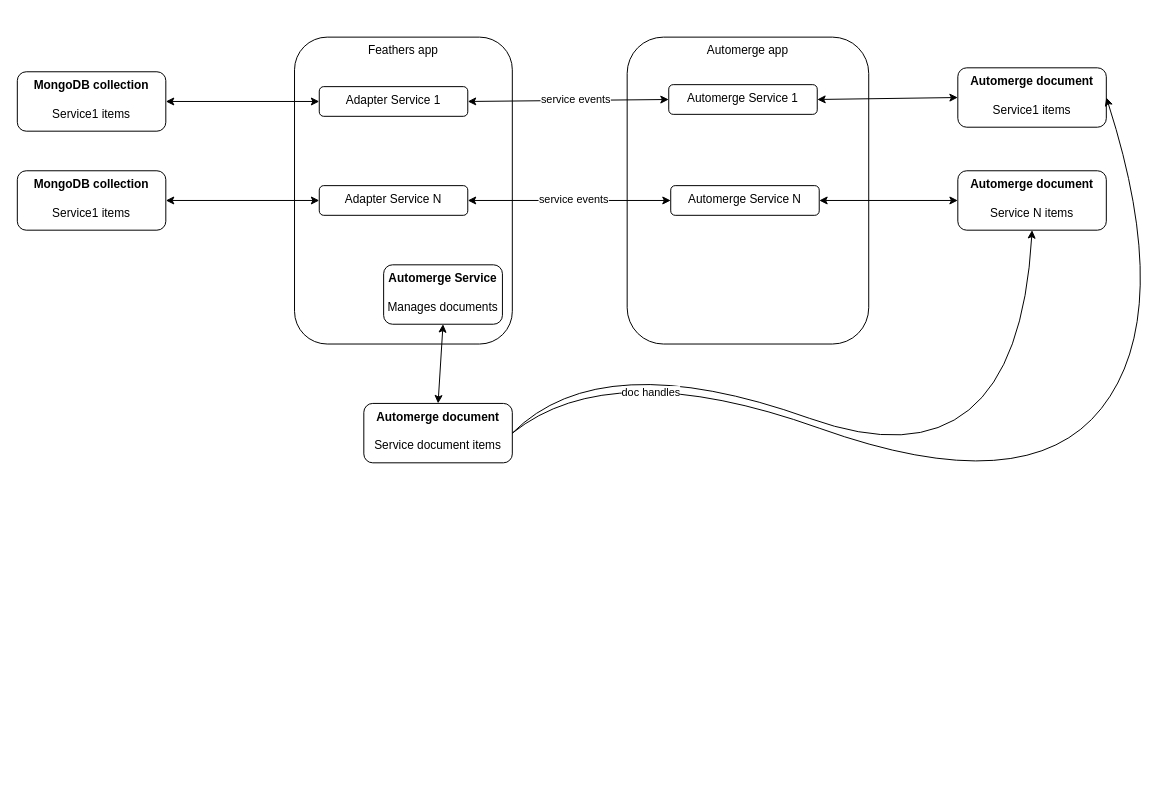
Before: page "Sync server architecture" (1 of 4) of diagram.drawio in kalisio/offline-sync, a draw.io diagram. Source tidied: cells renumbered, new cells numbered last; positions are measured from the earlier drawing's top-left corner, leaving out a move shared by most shapes. Both pictures are drawn from the tidied source at 99%, with x=0, y=0 at pixel (17, 37).
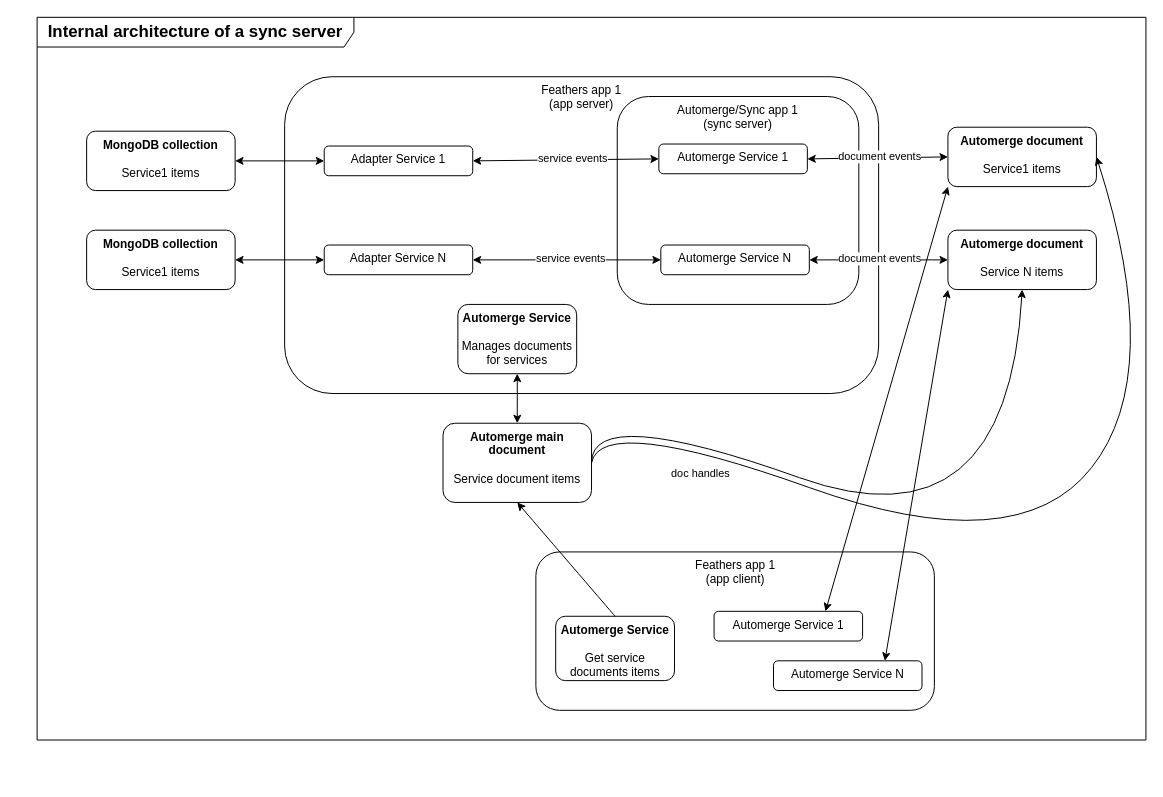
Above is the later version.

Commit message:
chore: improved diagrams

The change refers to these unchanged cells:
```xml
<mxCell id="11" style="endArrow=classic;startArrow=classic;html=1;rounded=0;entryX=1;entryY=0.5;entryDx=0;entryDy=0;exitX=0;exitY=0.5;exitDx=0;exitDy=0;" parent="1" edge="1" source="6" target="9">
  <mxGeometry relative="1" as="geometry" />
</mxCell>
<mxCell id="12" style="endArrow=classic;startArrow=classic;html=1;rounded=0;entryX=1;entryY=0.5;entryDx=0;entryDy=0;exitX=0;exitY=0.5;exitDx=0;exitDy=0;" parent="1" edge="1" source="7" target="10">
  <mxGeometry relative="1" as="geometry" />
</mxCell>
```

What changed in the source:
```diff
@@
-    <mxCell id="2" value="Feathers app" style="rounded=1;whiteSpace=wrap;html=1;verticalAlign=top;" parent="1" vertex="1">
-      <mxGeometry x="280" width="220" height="310" as="geometry" />
+    <mxCell id="2" value="Feathers app 1&lt;div&gt;(app server)&lt;/div&gt;" style="rounded=1;whiteSpace=wrap;html=1;verticalAlign=top;" parent="1" vertex="1">
+      <mxGeometry x="270" y="40" width="600" height="320" as="geometry" />
     </mxCell>
-    <mxCell id="3" value="&lt;b&gt;Automerge Service&lt;/b&gt;&lt;div&gt;&lt;br&gt;&lt;/div&gt;&lt;div&gt;Manages documents&lt;/div&gt;" style="rounded=1;whiteSpace=wrap;html=1;verticalAlign=top;" parent="1" vertex="1">
-      <mxGeometry x="370" y="230" width="120" height="60" as="geometry" />
+    <mxCell id="3" value="&lt;b&gt;Automerge Service&lt;/b&gt;&lt;div&gt;&lt;br&gt;&lt;/div&gt;&lt;div&gt;Manages documents&lt;/div&gt;&lt;div&gt;for services&lt;/div&gt;" style="rounded=1;whiteSpace=wrap;html=1;verticalAlign=top;" parent="1" vertex="1">
+      <mxGeometry x="445" y="270" width="120" height="70" as="geometry" />
     </mxCell>
-    <mxCell id="4" value="Automerge app" style="rounded=1;whiteSpace=wrap;html=1;verticalAlign=top;" parent="1" vertex="1">
-      <mxGeometry x="616" width="244" height="310" as="geometry" />
+    <mxCell id="4" value="Automerge/Sync app 1&lt;div&gt;(sync server)&lt;/div&gt;" style="rounded=1;whiteSpace=wrap;html=1;verticalAlign=top;" parent="1" vertex="1">
+      <mxGeometry x="606" y="60" width="244" height="210" as="geometry" />
     </mxCell>
-    <mxCell id="5" value="&lt;b&gt;Automerge document&lt;/b&gt;&lt;div&gt;&lt;br&gt;&lt;/div&gt;&lt;div&gt;Service document items&lt;/div&gt;" style="rounded=1;whiteSpace=wrap;html=1;verticalAlign=top;" parent="1" vertex="1">
-      <mxGeometry x="350" y="370" width="150" height="60" as="geometry" />
+    <mxCell id="5" value="&lt;b&gt;Automerge main document&lt;/b&gt;&lt;div&gt;&lt;br&gt;&lt;/div&gt;&lt;div&gt;Service document items&lt;/div&gt;" style="rounded=1;whiteSpace=wrap;html=1;verticalAlign=top;" parent="1" vertex="1">
+      <mxGeometry x="430" y="390" width="150" height="80" as="geometry" />
     </mxCell>
     <mxCell id="6" value="&lt;b&gt;Automerge document&lt;/b&gt;&lt;div&gt;&lt;br&gt;&lt;/div&gt;&lt;div&gt;Service1 items&lt;/div&gt;" style="rounded=1;whiteSpace=wrap;html=1;verticalAlign=top;" parent="1" vertex="1">
-      <mxGeometry x="950" y="31" width="150" height="60" as="geometry" />
+      <mxGeometry x="940" y="91" width="150" height="60" as="geometry" />
     </mxCell>
     <mxCell id="7" value="&lt;b&gt;Automerge document&lt;/b&gt;&lt;div&gt;&lt;br&gt;&lt;/div&gt;&lt;div&gt;Service N items&lt;/div&gt;" style="rounded=1;whiteSpace=wrap;html=1;verticalAlign=top;" parent="1" vertex="1">
-      <mxGeometry x="950" y="135" width="150" height="60" as="geometry" />
+      <mxGeometry x="940" y="195" width="150" height="60" as="geometry" />
     </mxCell>
@@
     <mxCell id="9" value="Automerge Service 1" style="rounded=1;whiteSpace=wrap;html=1;verticalAlign=top;" parent="1" vertex="1">
-      <mxGeometry x="658" y="48" width="150" height="30" as="geometry" />
+      <mxGeometry x="648" y="108" width="150" height="30" as="geometry" />
     </mxCell>
     <mxCell id="10" value="Automerge Service N" style="rounded=1;whiteSpace=wrap;html=1;verticalAlign=top;" parent="1" vertex="1">
-      <mxGeometry x="660" y="150" width="150" height="30" as="geometry" />
+      <mxGeometry x="650" y="210" width="150" height="30" as="geometry" />
     </mxCell>
@@
+    <mxCell id="26" value="document events" style="edgeLabel;html=1;align=center;verticalAlign=middle;" parent="11" vertex="1">
+      <mxGeometry x="-0.31" y="1" relative="1" as="geometry">
+        <mxPoint x="-21" y="-2" as="offset" />
+      </mxGeometry>
+    </mxCell>
@@
+    <mxCell id="27" value="document events" style="edgeLabel;html=1;align=center;verticalAlign=middle;" parent="12" vertex="1">
+      <mxGeometry x="-0.27" y="-4" relative="1" as="geometry">
+        <mxPoint x="-19" y="2" as="offset" />
+      </mxGeometry>
+    </mxCell>
     <mxCell id="13" value="Adapter Service 1" style="rounded=1;whiteSpace=wrap;html=1;verticalAlign=top;" parent="1" vertex="1">
-      <mxGeometry x="305" y="50" width="150" height="30" as="geometry" />
+      <mxGeometry x="310" y="110" width="150" height="30" as="geometry" />
     </mxCell>
     <mxCell id="14" value="Adapter Service N" style="rounded=1;whiteSpace=wrap;html=1;verticalAlign=top;" parent="1" vertex="1">
-      <mxGeometry x="305" y="150" width="150" height="30" as="geometry" />
+      <mxGeometry x="310" y="210" width="150" height="30" as="geometry" />
     </mxCell>
@@
     <mxCell id="19" value="&lt;b&gt;MongoDB collection&lt;/b&gt;&lt;div&gt;&lt;br&gt;&lt;/div&gt;&lt;div&gt;Service1 items&lt;/div&gt;" style="rounded=1;whiteSpace=wrap;html=1;verticalAlign=top;" parent="1" vertex="1">
-      <mxGeometry y="35" width="150" height="60" as="geometry" />
+      <mxGeometry x="70" y="95" width="150" height="60" as="geometry" />
     </mxCell>
     <mxCell id="20" value="&lt;b&gt;MongoDB collection&lt;/b&gt;&lt;div&gt;&lt;br&gt;&lt;/div&gt;&lt;div&gt;Service1 items&lt;/div&gt;" style="rounded=1;whiteSpace=wrap;html=1;verticalAlign=top;" parent="1" vertex="1">
-      <mxGeometry y="135" width="150" height="60" as="geometry" />
+      <mxGeometry x="70" y="195" width="150" height="60" as="geometry" />
     </mxCell>
@@
     <mxCell id="23" style="curved=1;endArrow=classic;html=1;rounded=0;exitX=1;exitY=0.5;exitDx=0;exitDy=0;entryX=0.5;entryY=1;entryDx=0;entryDy=0;" parent="1" edge="1" source="5" target="7">
       <mxGeometry relative="1" as="geometry">
         <Array as="points">
-          <mxPoint x="590" y="310" />
-          <mxPoint x="1010" y="460" />
+          <mxPoint x="580" y="370" />
+          <mxPoint x="1000" y="520" />
         </Array>
       </mxGeometry>
     </mxCell>
     <mxCell id="24" style="curved=1;endArrow=classic;html=1;rounded=0;exitX=1;exitY=0.5;exitDx=0;exitDy=0;entryX=1;entryY=0.5;entryDx=0;entryDy=0;" parent="1" edge="1" source="5" target="6">
       <mxGeometry relative="1" as="geometry">
         <Array as="points">
-          <mxPoint x="600" y="320" />
-          <mxPoint x="1020" y="470" />
-          <mxPoint x="1170" y="280" />
+          <mxPoint x="590" y="380" />
+          <mxPoint x="1010" y="530" />
+          <mxPoint x="1160" y="340" />
         </Array>
       </mxGeometry>
     </mxCell>
@@
+    <mxCell id="28" style="group;" parent="1" vertex="1">
+      <mxGeometry x="523.8" y="520" width="402.5" height="230" as="geometry" />
+    </mxCell>
+    <mxCell id="29" value="Feathers app 1&lt;div&gt;(app client)&lt;/div&gt;" style="rounded=1;whiteSpace=wrap;html=1;verticalAlign=top;" parent="28" vertex="1">
+      <mxGeometry width="402.5" height="160" as="geometry" />
+    </mxCell>
+    <mxCell id="30" value="&lt;b&gt;Automerge Service&lt;/b&gt;&lt;div&gt;&lt;br&gt;&lt;/div&gt;&lt;div&gt;Get service&lt;br&gt;documents items&lt;/div&gt;" style="rounded=1;whiteSpace=wrap;html=1;verticalAlign=top;" parent="28" vertex="1">
+      <mxGeometry x="20" y="65" width="120" height="65" as="geometry" />
+    </mxCell>
+    <mxCell id="31" value="Automerge Service 1" style="rounded=1;whiteSpace=wrap;html=1;verticalAlign=top;" parent="28" vertex="1">
+      <mxGeometry x="180" y="60" width="150" height="30" as="geometry" />
+    </mxCell>
+    <mxCell id="32" value="Automerge Service N" style="rounded=1;whiteSpace=wrap;html=1;verticalAlign=top;" parent="28" vertex="1">
+      <mxGeometry x="240" y="110" width="150" height="30" as="geometry" />
+    </mxCell>
+    <mxCell id="33" style="curved=1;endArrow=classic;html=1;rounded=0;exitX=0.5;exitY=0;exitDx=0;exitDy=0;entryX=0.5;entryY=1;entryDx=0;entryDy=0;" parent="1" edge="1" source="30" target="5">
+      <mxGeometry relative="1" as="geometry" />
+    </mxCell>
+    <mxCell id="34" style="endArrow=classic;startArrow=classic;html=1;rounded=0;entryX=0.75;entryY=0;entryDx=0;entryDy=0;exitX=0;exitY=1;exitDx=0;exitDy=0;" parent="1" edge="1" source="6" target="31">
+      <mxGeometry relative="1" as="geometry" />
+    </mxCell>
+    <mxCell id="35" style="endArrow=classic;startArrow=classic;html=1;rounded=0;entryX=0.75;entryY=0;entryDx=0;entryDy=0;exitX=0;exitY=1;exitDx=0;exitDy=0;" parent="1" edge="1" source="7" target="32">
+      <mxGeometry relative="1" as="geometry" />
+    </mxCell>
+    <mxCell id="36" value="&lt;b&gt;&lt;font style=&quot;font-size: 17px;&quot;&gt;Internal architecture of a sync server&lt;/font&gt;&lt;/b&gt;" style="shape=umlFrame;whiteSpace=wrap;html=1;width=320;height=30;" parent="1" vertex="1">
+      <mxGeometry x="20" y="-20" width="1120" height="730" as="geometry" />
+    </mxCell>
```
